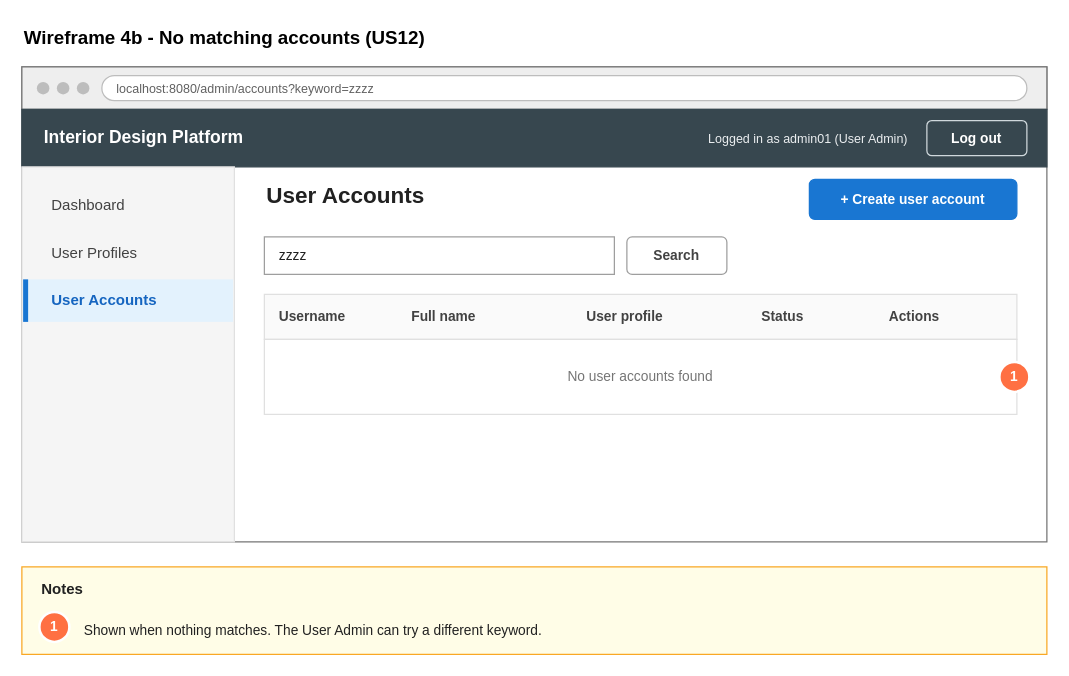
Earlier version of the draw.io diagram page "4b Wireframe - No results" (3 of 5) of Sprint_1/US12 - Search User Account/US12 Search user account.drawio (Hanzxc/CSIT314-ARCHSS). Source tidied: cells renumbered, new cells numbered last; positions are measured from the earlier drawing's top-left corner, leaving out a move shared by most shapes. Both pictures are drawn from the tidied source at 125%, with x=0, y=0 at pixel (21, 21).
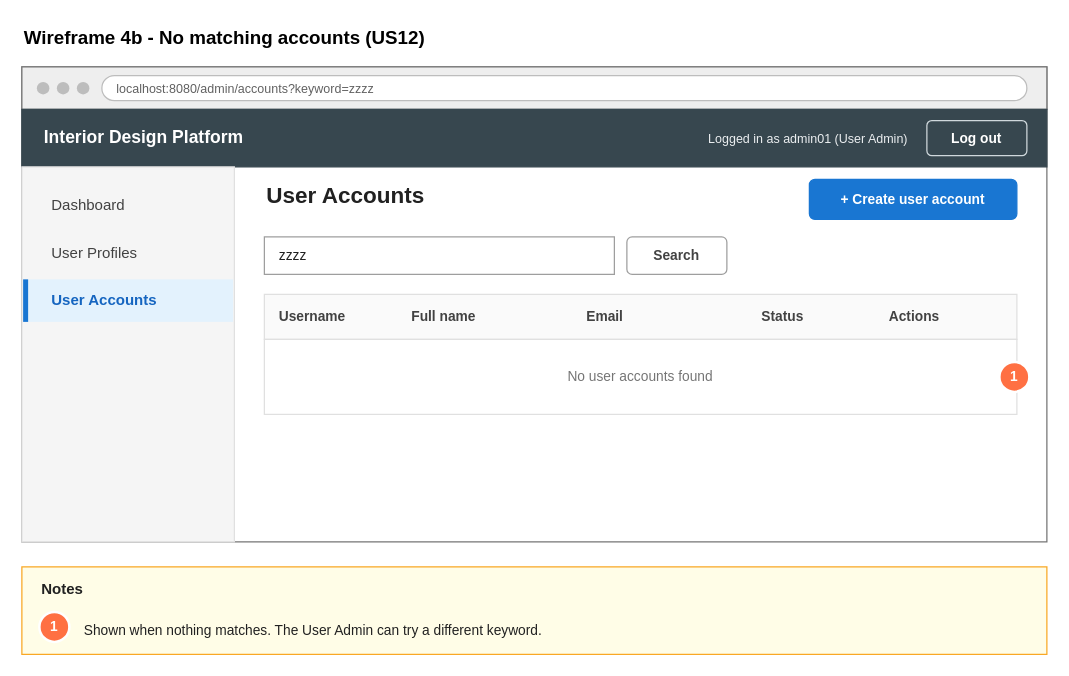
The same page after the edit.

Change to the diagram source:
```diff
@@
-    <mxCell id="26" value="User profile" style="text;html=1;strokeColor=none;fillColor=none;align=left;verticalAlign=middle;whiteSpace=nowrap;fontSize=11;fontColor=#424242;spacingLeft=0;spacingRight=0;fontStyle=1;" parent="1" vertex="1">
-      <mxGeometry x="450" y="227" width="72" height="18" as="geometry" />
+    <mxCell id="26" value="Email" style="text;html=1;strokeColor=none;fillColor=none;align=left;verticalAlign=middle;whiteSpace=nowrap;fontSize=11;fontColor=#424242;spacingLeft=0;spacingRight=0;fontStyle=1;" parent="1" vertex="1">
+      <mxGeometry x="450" y="227" width="32" height="18" as="geometry" />
     </mxCell>
```
